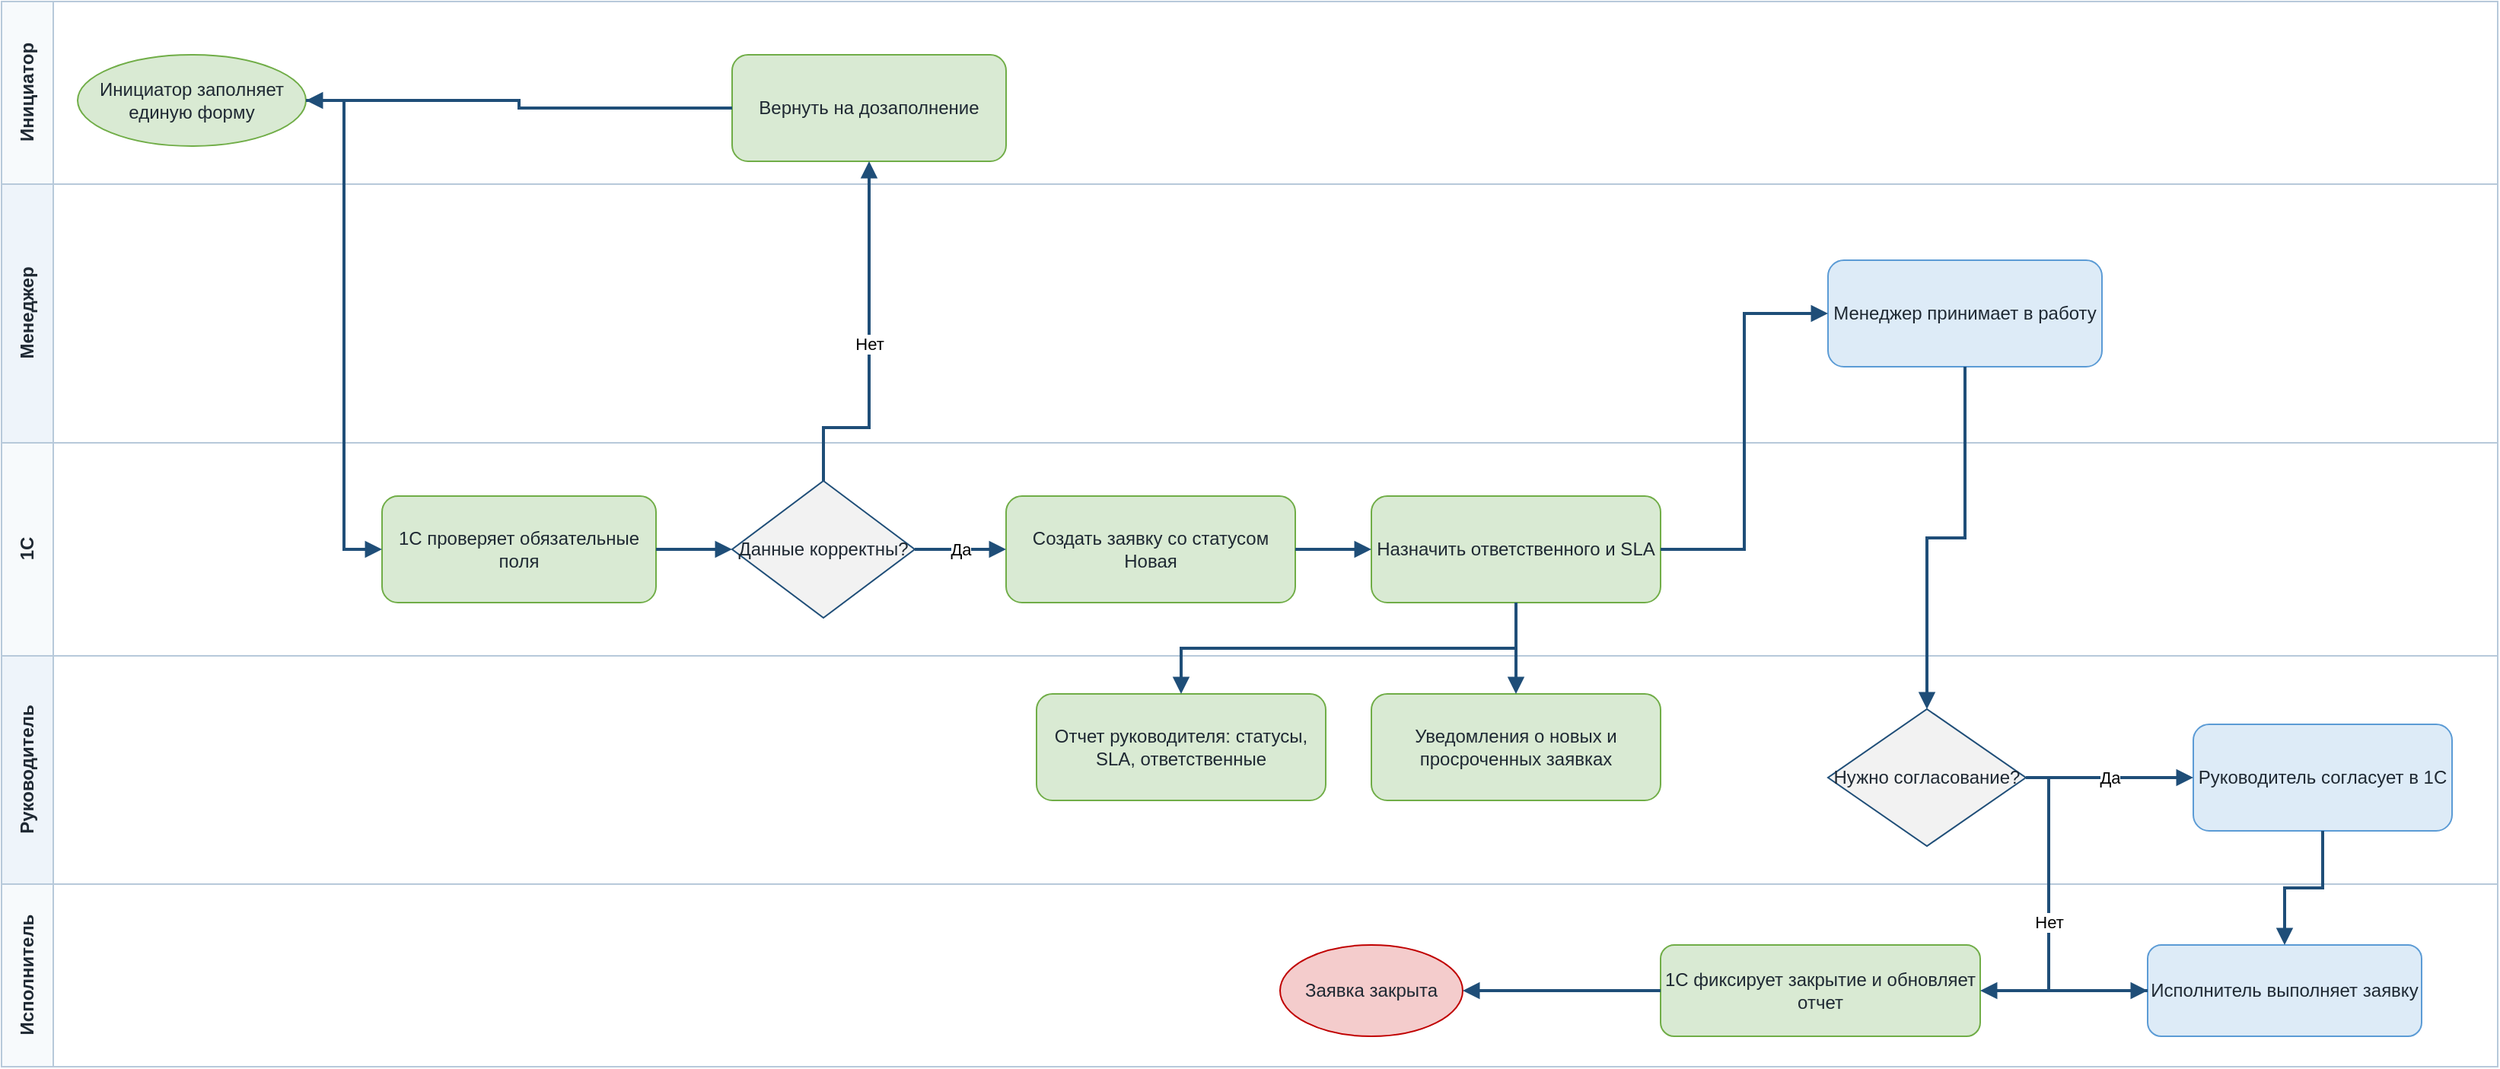
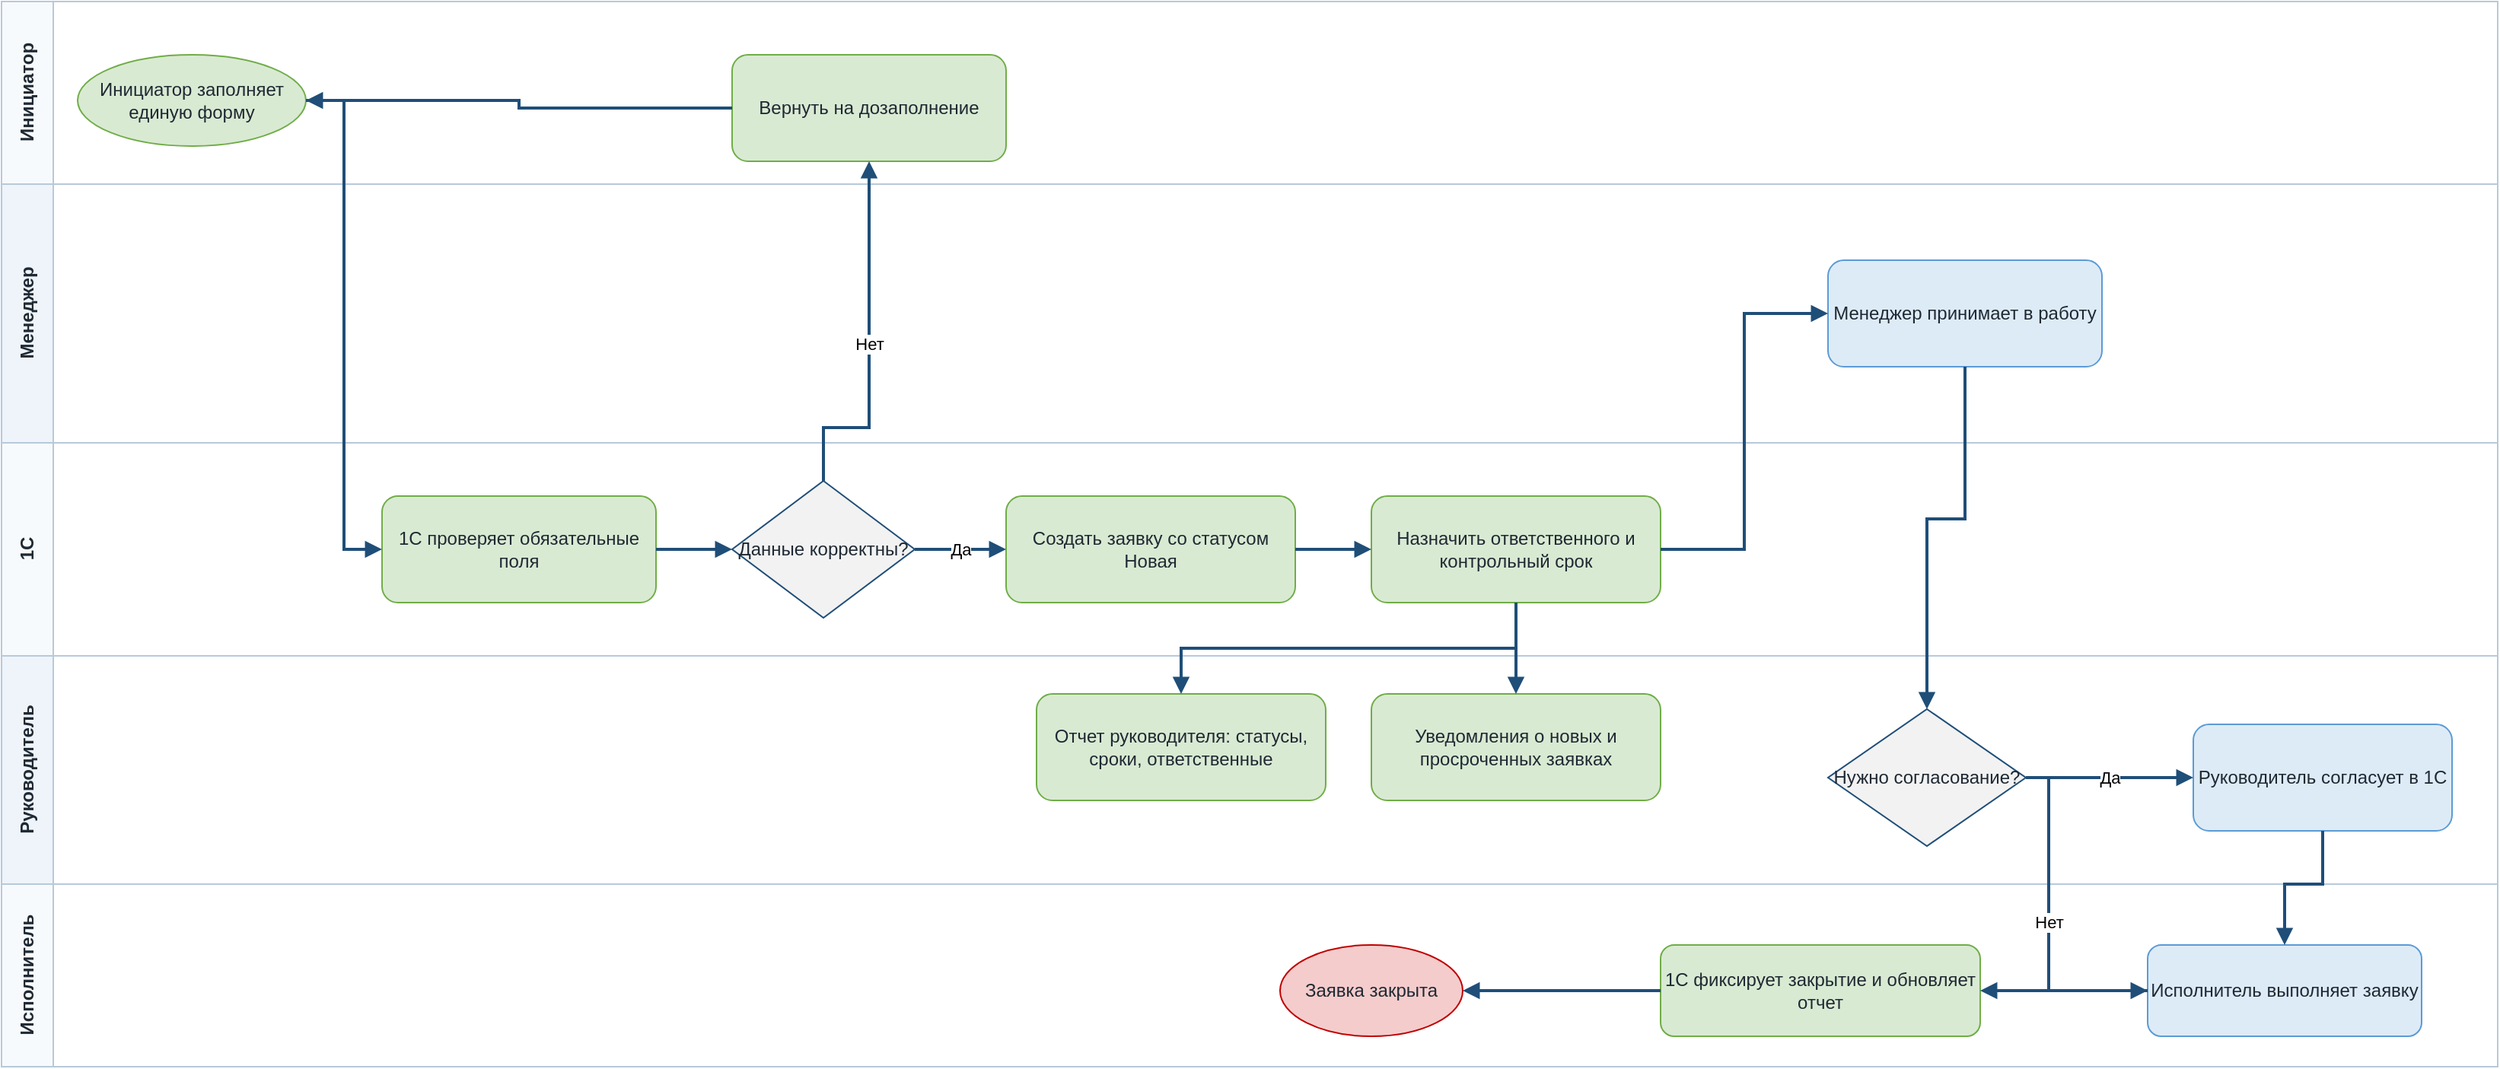
<?xml version="1.0" encoding="UTF-8"?>
<mxfile host="app.diagrams.net" modified="2026-06-25T00:00:00.000Z" agent="Codex" version="24.7.17" type="device">
-   <diagram id="to-be-процесс" name="TO-BE процесс">
+   <diagram id="целевой-процесс" name="Целевой процесс">
    <mxGraphModel dx="1600" dy="900" grid="1" gridSize="10" guides="1" tooltips="1" connect="1" arrows="1" fold="1" page="1" pageScale="1" pageWidth="1680" pageHeight="820" math="0" shadow="0">
      <root>
        <mxCell id="0" />
        <mxCell id="1" parent="0" />
    <mxCell id="lane-client" value="Инициатор" style="swimlane;html=1;horizontal=0;startSize=34;fillColor=#F7FAFC;strokeColor=#B7C9DA;fontColor=#1F2933;fontStyle=1;" vertex="1" parent="1">
      <mxGeometry x="20" y="80" width="1640" height="120" as="geometry" />
    </mxCell>
    <mxCell id="lane-manager" value="Менеджер" style="swimlane;html=1;horizontal=0;startSize=34;fillColor=#EEF4FA;strokeColor=#B7C9DA;fontColor=#1F2933;fontStyle=1;" vertex="1" parent="1">
      <mxGeometry x="20" y="200" width="1640" height="170" as="geometry" />
    </mxCell>
    <mxCell id="lane-1c" value="1С" style="swimlane;html=1;horizontal=0;startSize=34;fillColor=#F7FAFC;strokeColor=#B7C9DA;fontColor=#1F2933;fontStyle=1;" vertex="1" parent="1">
      <mxGeometry x="20" y="370" width="1640" height="140" as="geometry" />
    </mxCell>
    <mxCell id="lane-head" value="Руководитель" style="swimlane;html=1;horizontal=0;startSize=34;fillColor=#EEF4FA;strokeColor=#B7C9DA;fontColor=#1F2933;fontStyle=1;" vertex="1" parent="1">
      <mxGeometry x="20" y="510" width="1640" height="150" as="geometry" />
    </mxCell>
    <mxCell id="lane-exec" value="Исполнитель" style="swimlane;html=1;horizontal=0;startSize=34;fillColor=#F7FAFC;strokeColor=#B7C9DA;fontColor=#1F2933;fontStyle=1;" vertex="1" parent="1">
      <mxGeometry x="20" y="660" width="1640" height="120" as="geometry" />
    </mxCell>
    <mxCell id="to-start" value="Инициатор заполняет единую форму" style="ellipse;whiteSpace=wrap;html=1;fillColor=#D9EAD3;strokeColor=#70AD47;fontColor=#1F2933;" vertex="1" parent="1">
      <mxGeometry x="70" y="115" width="150" height="60" as="geometry" />
    </mxCell>
    <mxCell id="to-validate" value="1С проверяет обязательные поля" style="rounded=1;whiteSpace=wrap;html=1;fillColor=#D9EAD3;strokeColor=#70AD47;fontColor=#1F2933;" vertex="1" parent="1">
      <mxGeometry x="270" y="405" width="180" height="70" as="geometry" />
    </mxCell>
    <mxCell id="to-gateway-valid" value="Данные корректны?" style="rhombus;whiteSpace=wrap;html=1;fillColor=#F2F2F2;strokeColor=#1F4E78;fontColor=#1F2933;" vertex="1" parent="1">
      <mxGeometry x="500" y="395" width="120" height="90" as="geometry" />
    </mxCell>
    <mxCell id="to-return" value="Вернуть на дозаполнение" style="rounded=1;whiteSpace=wrap;html=1;fillColor=#D9EAD3;strokeColor=#70AD47;fontColor=#1F2933;" vertex="1" parent="1">
      <mxGeometry x="500" y="115" width="180" height="70" as="geometry" />
    </mxCell>
    <mxCell id="to-create" value="Создать заявку со статусом Новая" style="rounded=1;whiteSpace=wrap;html=1;fillColor=#D9EAD3;strokeColor=#70AD47;fontColor=#1F2933;" vertex="1" parent="1">
      <mxGeometry x="680" y="405" width="190" height="70" as="geometry" />
    </mxCell>
-     <mxCell id="to-assign" value="Назначить ответственного и SLA" style="rounded=1;whiteSpace=wrap;html=1;fillColor=#D9EAD3;strokeColor=#70AD47;fontColor=#1F2933;" vertex="1" parent="1">
+     <mxCell id="to-assign" value="Назначить ответственного и контрольный срок" style="rounded=1;whiteSpace=wrap;html=1;fillColor=#D9EAD3;strokeColor=#70AD47;fontColor=#1F2933;" vertex="1" parent="1">
      <mxGeometry x="920" y="405" width="190" height="70" as="geometry" />
    </mxCell>
    <mxCell id="to-work" value="Менеджер принимает в работу" style="rounded=1;whiteSpace=wrap;html=1;fillColor=#DDEBF7;strokeColor=#5B9BD5;fontColor=#1F2933;" vertex="1" parent="1">
      <mxGeometry x="1220" y="250" width="180" height="70" as="geometry" />
    </mxCell>
    <mxCell id="to-gateway-approve" value="Нужно согласование?" style="rhombus;whiteSpace=wrap;html=1;fillColor=#F2F2F2;strokeColor=#1F4E78;fontColor=#1F2933;" vertex="1" parent="1">
      <mxGeometry x="1220" y="545" width="130" height="90" as="geometry" />
    </mxCell>
    <mxCell id="to-approve" value="Руководитель согласует в 1С" style="rounded=1;whiteSpace=wrap;html=1;fillColor=#DDEBF7;strokeColor=#5B9BD5;fontColor=#1F2933;" vertex="1" parent="1">
      <mxGeometry x="1460" y="555" width="170" height="70" as="geometry" />
    </mxCell>
    <mxCell id="to-execute" value="Исполнитель выполняет заявку" style="rounded=1;whiteSpace=wrap;html=1;fillColor=#DDEBF7;strokeColor=#5B9BD5;fontColor=#1F2933;" vertex="1" parent="1">
      <mxGeometry x="1430" y="700" width="180" height="60" as="geometry" />
    </mxCell>
    <mxCell id="to-close" value="1С фиксирует закрытие и обновляет отчет" style="rounded=1;whiteSpace=wrap;html=1;fillColor=#D9EAD3;strokeColor=#70AD47;fontColor=#1F2933;" vertex="1" parent="1">
      <mxGeometry x="1110" y="700" width="210" height="60" as="geometry" />
    </mxCell>
    <mxCell id="to-end" value="Заявка закрыта" style="ellipse;whiteSpace=wrap;html=1;fillColor=#F4CCCC;strokeColor=#C00000;fontColor=#1F2933;" vertex="1" parent="1">
      <mxGeometry x="860" y="700" width="120" height="60" as="geometry" />
    </mxCell>
    <mxCell id="to-notify" value="Уведомления о новых и просроченных заявках" style="rounded=1;whiteSpace=wrap;html=1;fillColor=#D9EAD3;strokeColor=#70AD47;fontColor=#1F2933;" vertex="1" parent="1">
      <mxGeometry x="920" y="535" width="190" height="70" as="geometry" />
    </mxCell>
-     <mxCell id="to-report" value="Отчет руководителя: статусы, SLA, ответственные" style="rounded=1;whiteSpace=wrap;html=1;fillColor=#D9EAD3;strokeColor=#70AD47;fontColor=#1F2933;" vertex="1" parent="1">
+     <mxCell id="to-report" value="Отчет руководителя: статусы, сроки, ответственные" style="rounded=1;whiteSpace=wrap;html=1;fillColor=#D9EAD3;strokeColor=#70AD47;fontColor=#1F2933;" vertex="1" parent="1">
      <mxGeometry x="700" y="535" width="190" height="70" as="geometry" />
    </mxCell>
    <mxCell id="e1" value="" style="edgeStyle=orthogonalEdgeStyle;rounded=0;orthogonalLoop=1;jettySize=auto;html=1;exitX=1;exitY=0.5;entryX=0;entryY=0.5;strokeColor=#1F4E78;strokeWidth=2;endArrow=block;endFill=1;" edge="1" parent="1" source="to-start" target="to-validate">
      <mxGeometry relative="1" as="geometry">
        <Array as="points">
          <mxPoint x="245" y="145" />
          <mxPoint x="245" y="440" />
        </Array>
      </mxGeometry>
    </mxCell>
    <mxCell id="e2" value="" style="edgeStyle=orthogonalEdgeStyle;rounded=0;orthogonalLoop=1;jettySize=auto;html=1;exitX=1;exitY=0.5;entryX=0;entryY=0.5;strokeColor=#1F4E78;strokeWidth=2;endArrow=block;endFill=1;" edge="1" parent="1" source="to-validate" target="to-gateway-valid">
      <mxGeometry relative="1" as="geometry">
      </mxGeometry>
    </mxCell>
    <mxCell id="e3" value="Нет" style="edgeStyle=orthogonalEdgeStyle;rounded=0;orthogonalLoop=1;jettySize=auto;html=1;exitX=0.5;exitY=0;entryX=0.5;entryY=1;strokeColor=#1F4E78;strokeWidth=2;endArrow=block;endFill=1;" edge="1" parent="1" source="to-gateway-valid" target="to-return">
      <mxGeometry relative="1" as="geometry">
        <Array as="points">
          <mxPoint x="560" y="360" />
          <mxPoint x="590" y="360" />
        </Array>
      </mxGeometry>
    </mxCell>
    <mxCell id="e4" value="" style="edgeStyle=orthogonalEdgeStyle;rounded=0;orthogonalLoop=1;jettySize=auto;html=1;exitX=0;exitY=0.5;entryX=1;entryY=0.5;strokeColor=#1F4E78;strokeWidth=2;endArrow=block;endFill=1;" edge="1" parent="1" source="to-return" target="to-start">
      <mxGeometry relative="1" as="geometry">
        <Array as="points">
          <mxPoint x="360" y="150" />
          <mxPoint x="360" y="145" />
        </Array>
      </mxGeometry>
    </mxCell>
    <mxCell id="e5" value="Да" style="edgeStyle=orthogonalEdgeStyle;rounded=0;orthogonalLoop=1;jettySize=auto;html=1;exitX=1;exitY=0.5;entryX=0;entryY=0.5;strokeColor=#1F4E78;strokeWidth=2;endArrow=block;endFill=1;" edge="1" parent="1" source="to-gateway-valid" target="to-create">
      <mxGeometry relative="1" as="geometry">
      </mxGeometry>
    </mxCell>
    <mxCell id="e6" value="" style="edgeStyle=orthogonalEdgeStyle;rounded=0;orthogonalLoop=1;jettySize=auto;html=1;exitX=1;exitY=0.5;entryX=0;entryY=0.5;strokeColor=#1F4E78;strokeWidth=2;endArrow=block;endFill=1;" edge="1" parent="1" source="to-create" target="to-assign">
      <mxGeometry relative="1" as="geometry">
      </mxGeometry>
    </mxCell>
    <mxCell id="e7" value="" style="edgeStyle=orthogonalEdgeStyle;rounded=0;orthogonalLoop=1;jettySize=auto;html=1;exitX=1;exitY=0.5;entryX=0;entryY=0.5;strokeColor=#1F4E78;strokeWidth=2;endArrow=block;endFill=1;" edge="1" parent="1" source="to-assign" target="to-work">
      <mxGeometry relative="1" as="geometry">
        <Array as="points">
          <mxPoint x="1165" y="440" />
          <mxPoint x="1165" y="285" />
        </Array>
      </mxGeometry>
    </mxCell>
    <mxCell id="e8" value="" style="edgeStyle=orthogonalEdgeStyle;rounded=0;orthogonalLoop=1;jettySize=auto;html=1;exitX=0.5;exitY=1;entryX=0.5;entryY=0;strokeColor=#1F4E78;strokeWidth=2;endArrow=block;endFill=1;" edge="1" parent="1" source="to-assign" target="to-notify">
      <mxGeometry relative="1" as="geometry">
        <Array as="points">
          <mxPoint x="1015" y="505" />
        </Array>
      </mxGeometry>
    </mxCell>
    <mxCell id="e9" value="" style="edgeStyle=orthogonalEdgeStyle;rounded=0;orthogonalLoop=1;jettySize=auto;html=1;exitX=0.5;exitY=1;entryX=0.5;entryY=0;strokeColor=#1F4E78;strokeWidth=2;endArrow=block;endFill=1;" edge="1" parent="1" source="to-assign" target="to-report">
      <mxGeometry relative="1" as="geometry">
        <Array as="points">
          <mxPoint x="1015" y="505" />
          <mxPoint x="795" y="505" />
        </Array>
      </mxGeometry>
    </mxCell>
    <mxCell id="e10" value="" style="edgeStyle=orthogonalEdgeStyle;rounded=0;orthogonalLoop=1;jettySize=auto;html=1;exitX=0.5;exitY=1;entryX=0.5;entryY=0;strokeColor=#1F4E78;strokeWidth=2;endArrow=block;endFill=1;" edge="1" parent="1" source="to-work" target="to-gateway-approve">
      <mxGeometry relative="1" as="geometry">
+         <Array as="points">
+           <mxPoint x="1310" y="420" />
+           <mxPoint x="1285" y="420" />
+         </Array>
      </mxGeometry>
    </mxCell>
    <mxCell id="e11" value="Да" style="edgeStyle=orthogonalEdgeStyle;rounded=0;orthogonalLoop=1;jettySize=auto;html=1;exitX=1;exitY=0.5;entryX=0;entryY=0.5;strokeColor=#1F4E78;strokeWidth=2;endArrow=block;endFill=1;" edge="1" parent="1" source="to-gateway-approve" target="to-approve">
      <mxGeometry relative="1" as="geometry">
      </mxGeometry>
    </mxCell>
    <mxCell id="e12" value="Нет" style="edgeStyle=orthogonalEdgeStyle;rounded=0;orthogonalLoop=1;jettySize=auto;html=1;exitX=1;exitY=0.5;entryX=0;entryY=0.5;strokeColor=#1F4E78;strokeWidth=2;endArrow=block;endFill=1;" edge="1" parent="1" source="to-gateway-approve" target="to-execute">
      <mxGeometry relative="1" as="geometry">
        <Array as="points">
          <mxPoint x="1365" y="590" />
          <mxPoint x="1365" y="730" />
        </Array>
      </mxGeometry>
    </mxCell>
    <mxCell id="e13" value="" style="edgeStyle=orthogonalEdgeStyle;rounded=0;orthogonalLoop=1;jettySize=auto;html=1;exitX=0.5;exitY=1;entryX=0.5;entryY=0;strokeColor=#1F4E78;strokeWidth=2;endArrow=block;endFill=1;" edge="1" parent="1" source="to-approve" target="to-execute">
      <mxGeometry relative="1" as="geometry">
+         <Array as="points">
+           <mxPoint x="1545" y="660" />
+           <mxPoint x="1520" y="660" />
+         </Array>
      </mxGeometry>
    </mxCell>
    <mxCell id="e14" value="" style="edgeStyle=orthogonalEdgeStyle;rounded=0;orthogonalLoop=1;jettySize=auto;html=1;exitX=0;exitY=0.5;entryX=1;entryY=0.5;strokeColor=#1F4E78;strokeWidth=2;endArrow=block;endFill=1;" edge="1" parent="1" source="to-execute" target="to-close">
      <mxGeometry relative="1" as="geometry">
      </mxGeometry>
    </mxCell>
    <mxCell id="e15" value="" style="edgeStyle=orthogonalEdgeStyle;rounded=0;orthogonalLoop=1;jettySize=auto;html=1;exitX=0;exitY=0.5;entryX=1;entryY=0.5;strokeColor=#1F4E78;strokeWidth=2;endArrow=block;endFill=1;" edge="1" parent="1" source="to-close" target="to-end">
      <mxGeometry relative="1" as="geometry">
      </mxGeometry>
    </mxCell>
      </root>
    </mxGraphModel>
  </diagram>
</mxfile>
